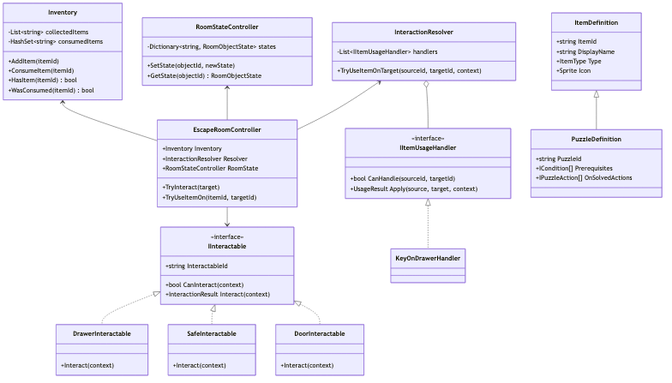
This is Assets/Part3_EscapeRoom/Diagrams/class_diagram.png from Fox26601/Design_patherns_final, a Mermaid export, as it was before one commit. Its source is kept beside it as Docs/Part3_EscapeRoom/class_diagram.mmd.
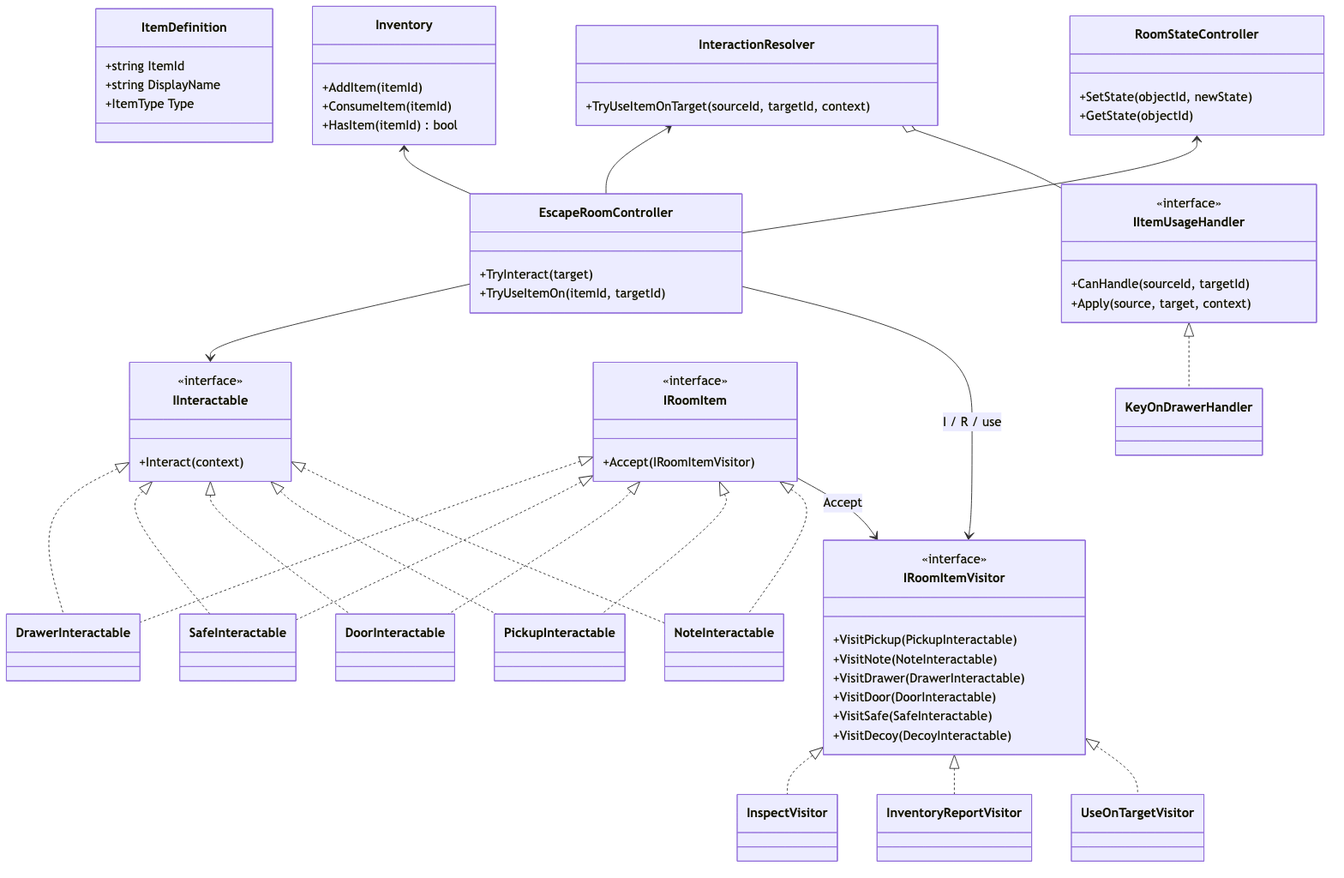
After the commit.

Diff of the diagram source:
```diff
@@ -3,75 +3,82 @@
         +string ItemId
         +string DisplayName
         +ItemType Type
-        +Sprite Icon
     }
 
     class Inventory {
-        -List~string~ collectedItems
-        -HashSet~string~ consumedItems
         +AddItem(itemId)
         +ConsumeItem(itemId)
         +HasItem(itemId) bool
-        +WasConsumed(itemId) bool
     }
 
     class IInteractable {
         <<interface>>
-        +string InteractableId
-        +bool CanInteract(context)
-        +InteractionResult Interact(context)
+        +Interact(context)
     }
 
     class IItemUsageHandler {
         <<interface>>
-        +bool CanHandle(sourceId, targetId)
-        +UsageResult Apply(source, target, context)
+        +CanHandle(sourceId, targetId)
+        +Apply(source, target, context)
     }
 
     class InteractionResolver {
-        -List~IItemUsageHandler~ handlers
         +TryUseItemOnTarget(sourceId, targetId, context)
     }
 
-    class PuzzleDefinition {
-        +string PuzzleId
-        +ICondition[] Prerequisites
-        +IPuzzleAction[] OnSolvedActions
-    }
-
     class RoomStateController {
-        -Dictionary~string, RoomObjectState~ states
         +SetState(objectId, newState)
-        +GetState(objectId) RoomObjectState
+        +GetState(objectId)
     }
 
     class EscapeRoomController {
-        +Inventory Inventory
-        +InteractionResolver Resolver
-        +RoomStateController RoomState
         +TryInteract(target)
         +TryUseItemOn(itemId, targetId)
     }
 
-    class DrawerInteractable {
-        +Interact(context)
+    class IRoomItem {
+        <<interface>>
+        +Accept(IRoomItemVisitor)
     }
 
-    class SafeInteractable {
-        +Interact(context)
+    class IRoomItemVisitor {
+        <<interface>>
+        +VisitPickup(PickupInteractable)
+        +VisitNote(NoteInteractable)
+        +VisitDrawer(DrawerInteractable)
+        +VisitDoor(DoorInteractable)
+        +VisitSafe(SafeInteractable)
+        +VisitDecoy(DecoyInteractable)
     }
 
-    class DoorInteractable {
-        +Interact(context)
-    }
+    class InspectVisitor
+    class InventoryReportVisitor
+    class UseOnTargetVisitor
 
-    ItemDefinition <|-- PuzzleDefinition
+    class DrawerInteractable
+    class SafeInteractable
+    class DoorInteractable
+    class PickupInteractable
+    class NoteInteractable
+
     Inventory <-- EscapeRoomController
     InteractionResolver <-- EscapeRoomController
     RoomStateController <-- EscapeRoomController
     IInteractable <|.. DrawerInteractable
     IInteractable <|.. SafeInteractable
     IInteractable <|.. DoorInteractable
+    IInteractable <|.. PickupInteractable
+    IInteractable <|.. NoteInteractable
+    IRoomItem <|.. DrawerInteractable
+    IRoomItem <|.. SafeInteractable
+    IRoomItem <|.. DoorInteractable
+    IRoomItem <|.. PickupInteractable
+    IRoomItem <|.. NoteInteractable
     IItemUsageHandler <|.. KeyOnDrawerHandler
     InteractionResolver o-- IItemUsageHandler
     EscapeRoomController --> IInteractable
+    IRoomItemVisitor <|.. InspectVisitor
+    IRoomItemVisitor <|.. InventoryReportVisitor
+    IRoomItemVisitor <|.. UseOnTargetVisitor
+    IRoomItem --> IRoomItemVisitor : Accept
+    EscapeRoomController --> IRoomItemVisitor : I / R / use
```
